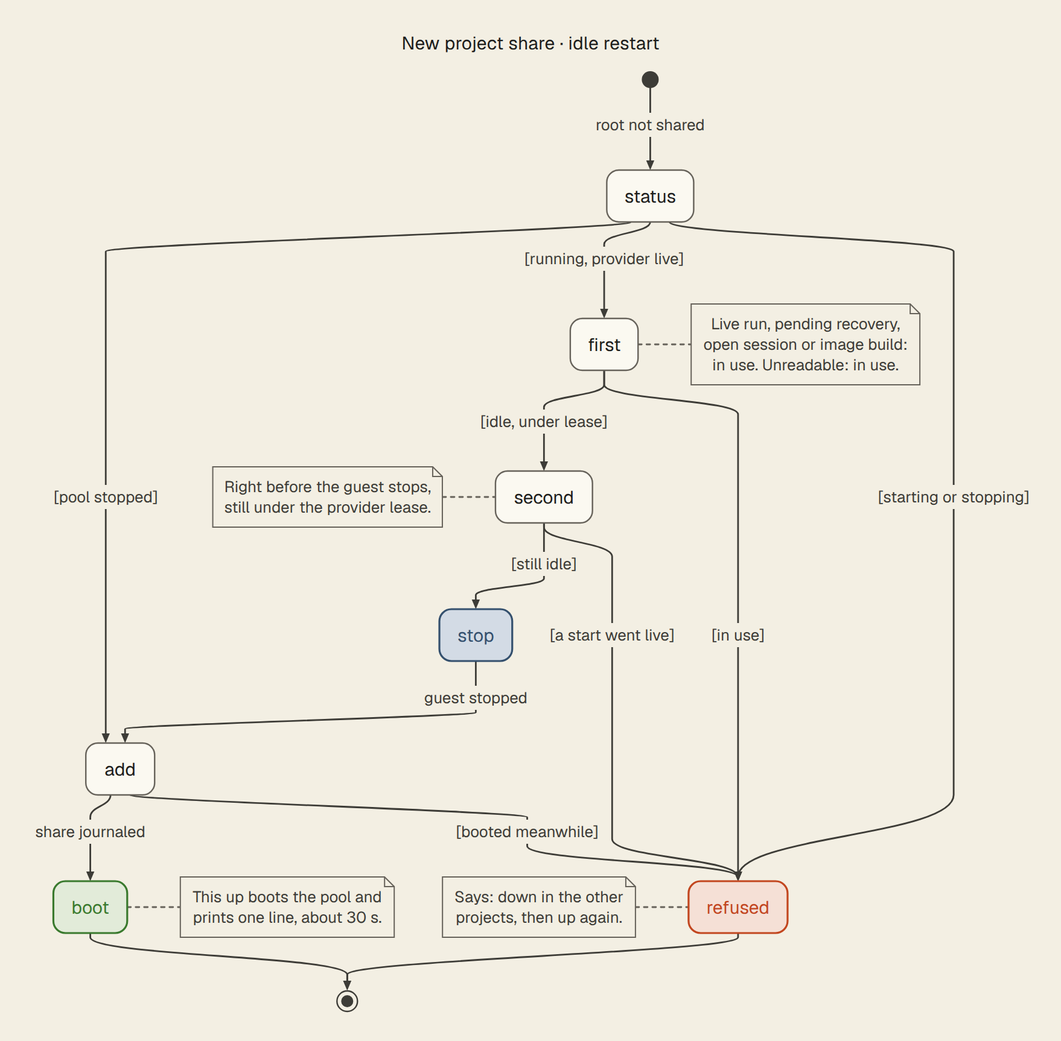
hack-dance/hack keeps this Mermaid diagram as docs/diagrams/native-idle-pool-restart.png. Above is the earlier version. Its source is kept beside it as docs/diagrams/native-idle-pool-restart.mmd. Source of this version:
```mermaid
---
title: New project share · idle restart
---
stateDiagram-v2
    direction TB
    classDef ok stroke-width:1.6px
    classDef wait stroke-width:1.6px
    classDef fail stroke-width:1.6px

    [*] --> status : root not shared
    state status <<choice>>
    status --> add : [pool stopped]
    status --> first : [running, provider live]
    status --> refused : [starting or stopping]
    state first <<choice>>
    first --> second : [idle, under lease]
    first --> refused : [in use]
    state second <<choice>>
    second --> stop : [still idle]
    second --> refused : [a start went live]
    stop --> add : guest stopped
    add --> boot : share journaled
    add --> refused : [booted meanwhile]
    boot --> [*]
    refused --> [*]

    note right of first
        Live run, pending recovery,
        open session or image build:
        in use. Unreadable: in use.
    end note
    note left of second
        Right before the guest stops,
        still under the provider lease.
    end note
    note right of boot
        This up boots the pool and
        prints one line, about 30 s.
    end note
    note left of refused
        Says: down in the other
        projects, then up again.
    end note

    class boot ok
    class stop wait
    class refused fail
```
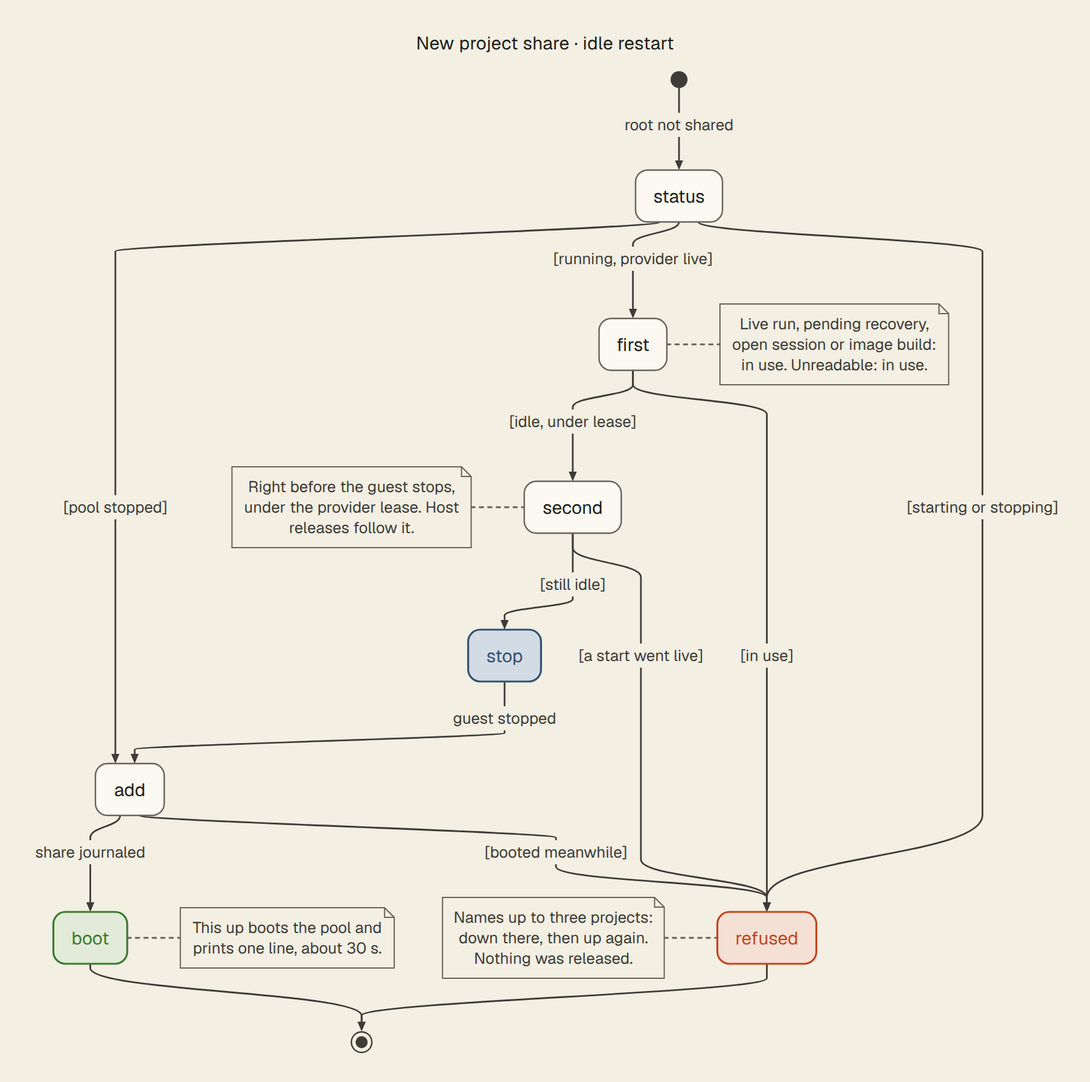
The same diagram one commit later.

What changed in the source:
```diff
@@ -31,15 +31,17 @@
     end note
     note left of second
         Right before the guest stops,
-        still under the provider lease.
+        under the provider lease. Host
+        releases follow it.
     end note
     note right of boot
         This up boots the pool and
         prints one line, about 30 s.
     end note
     note left of refused
-        Says: down in the other
-        projects, then up again.
+        Names up to three projects:
+        down there, then up again.
+        Nothing was released.
     end note
 
     class boot ok
```
